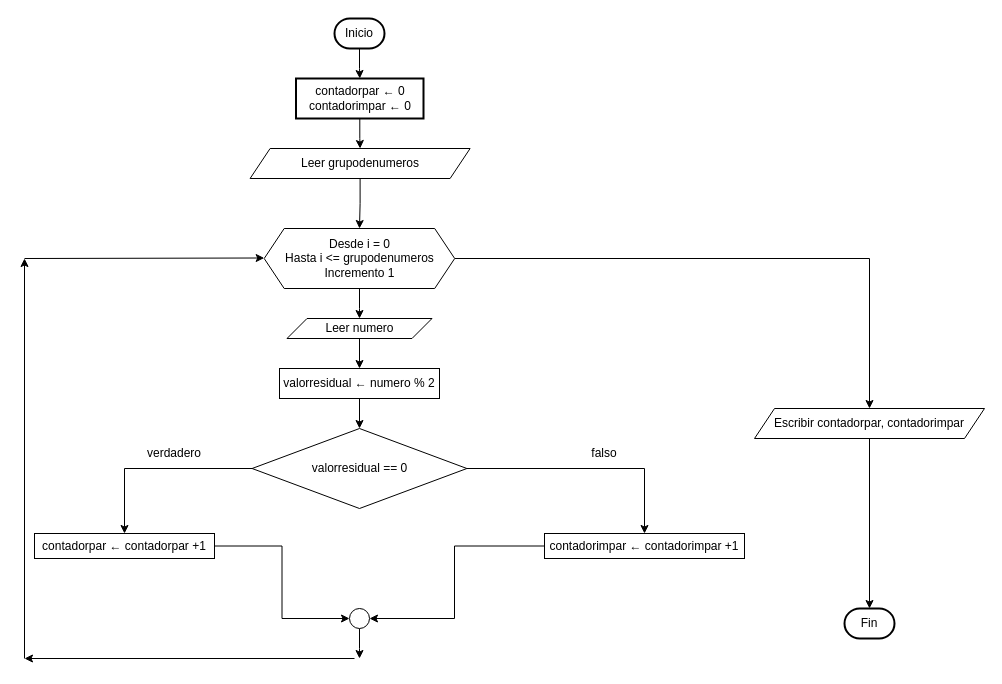
This is page "Page-6" (5 of 5) of Untitled Diagram.drawio from ShanderGonzalez/Diagrama-de-flujo, a draw.io file, before an edit. Source tidied: cells renumbered, new cells numbered last; positions are measured from the earlier drawing's top-left corner, leaving out a move shared by most shapes. Both pictures are drawn from the tidied source at 100%, with x=0, y=0 at pixel (24, 18).
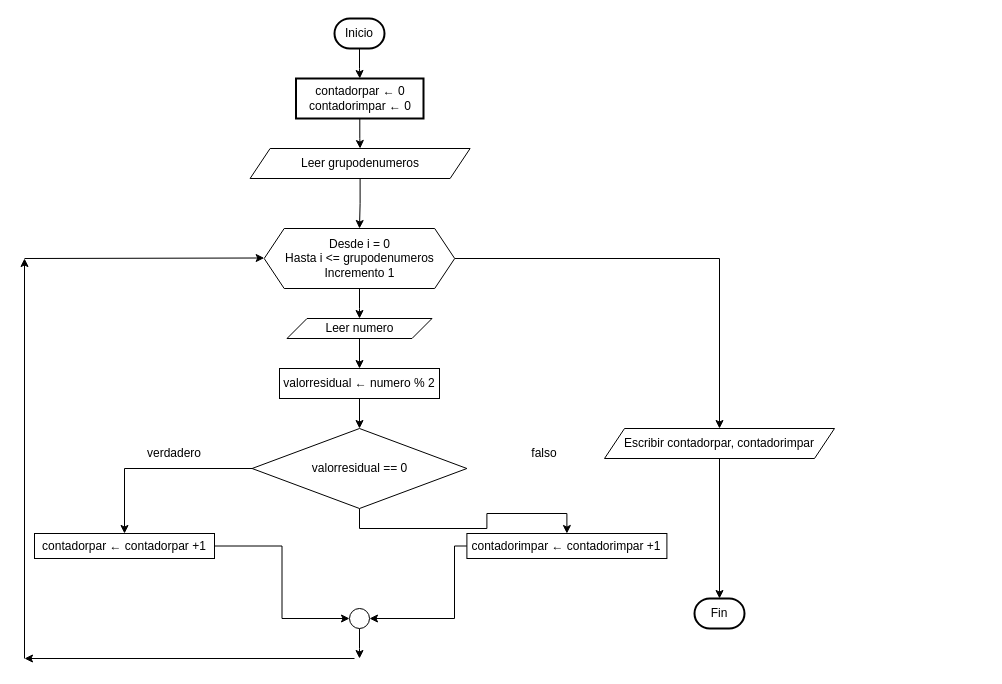
The same diagram, later.

Change to the diagram source:
```diff
@@
     <mxCell id="21" value="contadorimpar ← contadorimpar +1" style="whiteSpace=wrap;html=1;" parent="1" vertex="1">
-      <mxGeometry x="520" y="515" width="200" height="25" as="geometry" />
+      <mxGeometry x="442.4" y="515" width="200" height="25" as="geometry" />
     </mxCell>
@@
     <mxCell id="28" value="Escribir contadorpar, contadorimpar" style="shape=parallelogram;perimeter=parallelogramPerimeter;whiteSpace=wrap;html=1;fixedSize=1;" parent="1" vertex="1">
-      <mxGeometry x="730" y="390" width="230" height="30" as="geometry" />
+      <mxGeometry x="580" y="410" width="230" height="30" as="geometry" />
     </mxCell>
     <mxCell id="29" value="falso" style="text;html=1;strokeColor=none;fillColor=none;align=center;verticalAlign=middle;whiteSpace=wrap;rounded=0;" parent="1" vertex="1">
-      <mxGeometry x="550" y="420" width="60" height="30" as="geometry" />
+      <mxGeometry x="490" y="420" width="60" height="30" as="geometry" />
     </mxCell>
@@
-    <mxCell id="31" style="edgeStyle=orthogonalEdgeStyle;rounded=0;jettySize=auto;html=1;exitX=1;exitY=0.5;exitDx=0;exitDy=0;exitPerimeter=0;" parent="1" edge="1" source="32">
-      <mxGeometry relative="1" as="geometry">
-        <mxPoint x="860" y="600" as="targetPoint" />
-      </mxGeometry>
-    </mxCell>
     <mxCell id="32" value="Fin" style="strokeWidth=2;html=1;shape=mxgraph.flowchart.terminator;whiteSpace=wrap;" parent="1" vertex="1">
-      <mxGeometry x="820" y="590" width="50" height="30" as="geometry" />
+      <mxGeometry x="670" y="580" width="50" height="30" as="geometry" />
     </mxCell>
```
